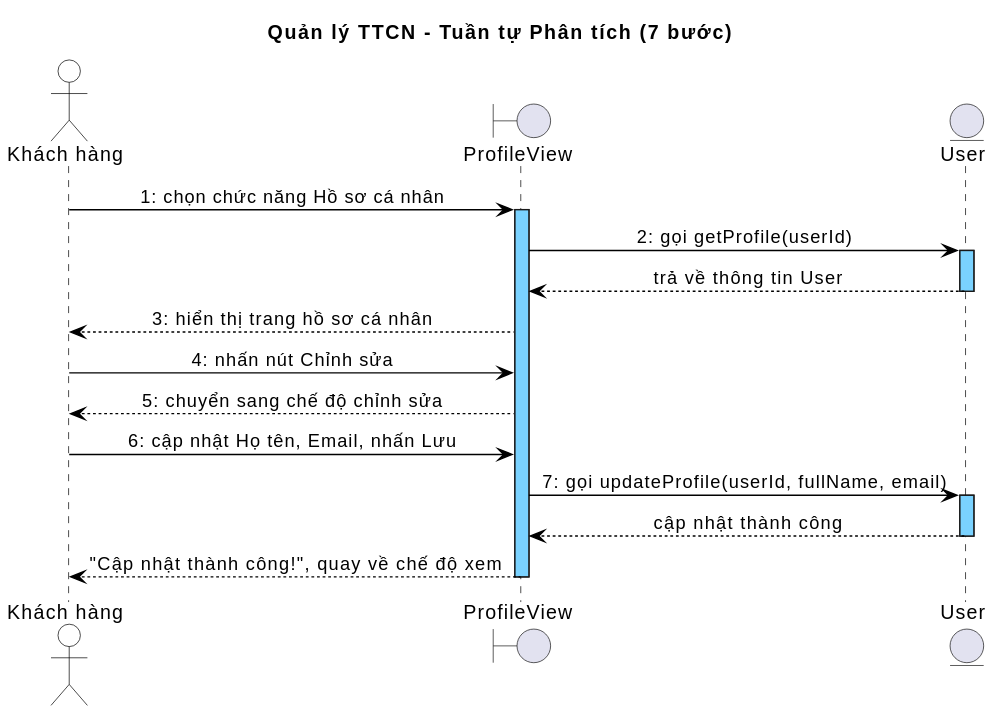
Earlier version of the PlantUML export output/diagrams/account_seq_profile_analysis.svg (thanhtrnnn/cnpm).
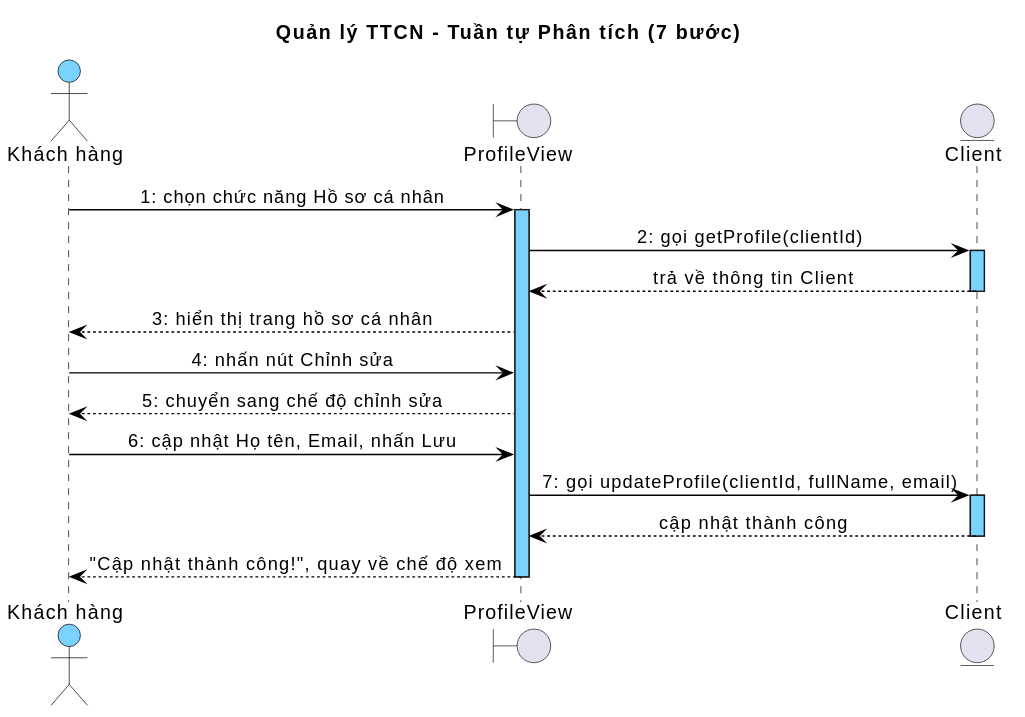
After the change.

The edit, as a diff of the source:
```diff
@@ -17,25 +17,25 @@
 skinparam sequenceMessageFontColor #000000
 skinparam sequenceMessageFontSize 10
 skinparam sequenceActorBorderColor #000000
-skinparam sequenceActorBackgroundColor transparent
+skinparam sequenceActorBackgroundColor #7AD2FF
 skinparam sequenceActorFontColor #000000
 title Quản lý TTCN - Tuần tự Phân tích (7 bước)
 
 actor "Khách hàng" as Actor
 boundary ProfileView as B1
-entity User as E1
+entity Client as E1
 
 Actor -> B1 : 1: chọn chức năng Hồ sơ cá nhân
 activate B1
-B1 -> E1 : 2: gọi getProfile(userId)
+B1 -> E1 : 2: gọi getProfile(clientId)
 activate E1
-E1 --> B1 : trả về thông tin User
+E1 --> B1 : trả về thông tin Client
 deactivate E1
 B1 --> Actor : 3: hiển thị trang hồ sơ cá nhân
 Actor -> B1 : 4: nhấn nút Chỉnh sửa
 B1 --> Actor : 5: chuyển sang chế độ chỉnh sửa
 Actor -> B1 : 6: cập nhật Họ tên, Email, nhấn Lưu
-B1 -> E1 : 7: gọi updateProfile(userId, fullName, email)
+B1 -> E1 : 7: gọi updateProfile(clientId, fullName, email)
 activate E1
 E1 --> B1 : cập nhật thành công
 deactivate E1
```
